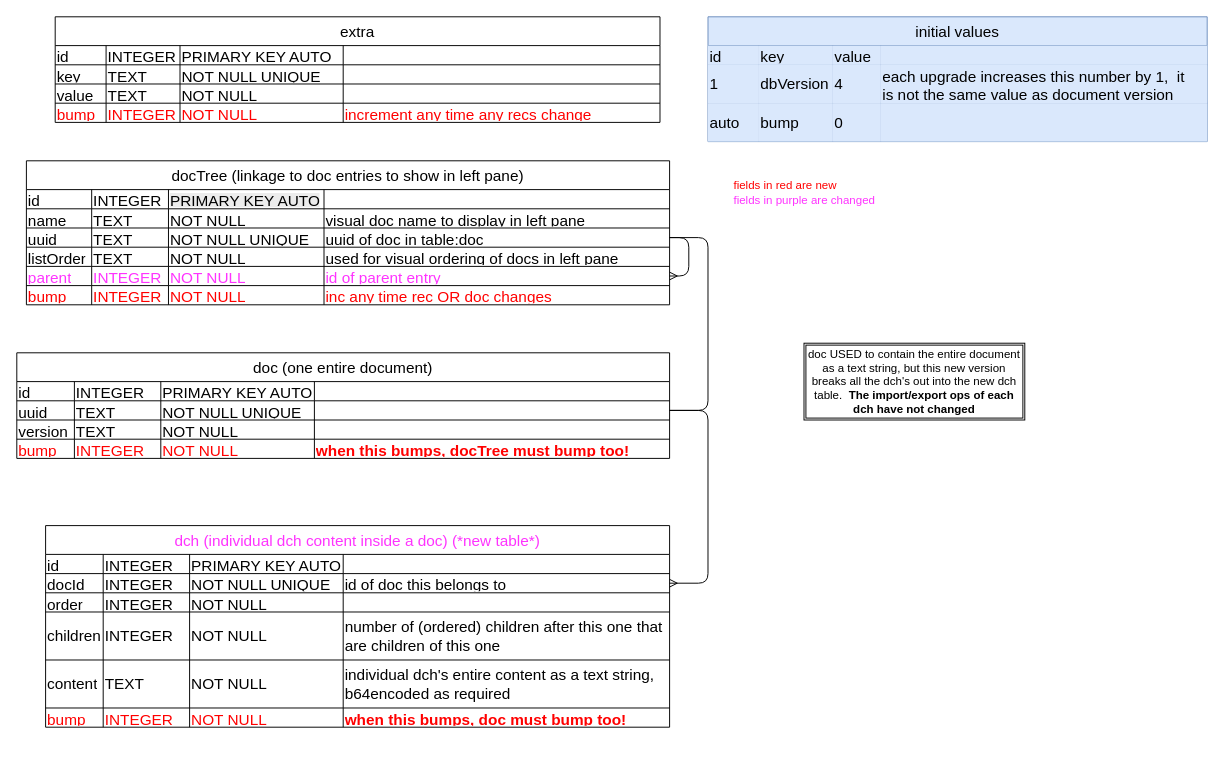
Earlier version of the draw.io diagram extra/docs/Database_backend-V0004-now.drawio (Malendryn/JotLiner). Source tidied: cells renumbered, new cells numbered last; positions are measured from the earlier drawing's top-left corner, leaving out a move shared by most shapes. Both pictures are drawn from the tidied source at 96%, with x=0, y=0 at pixel (16, 16).
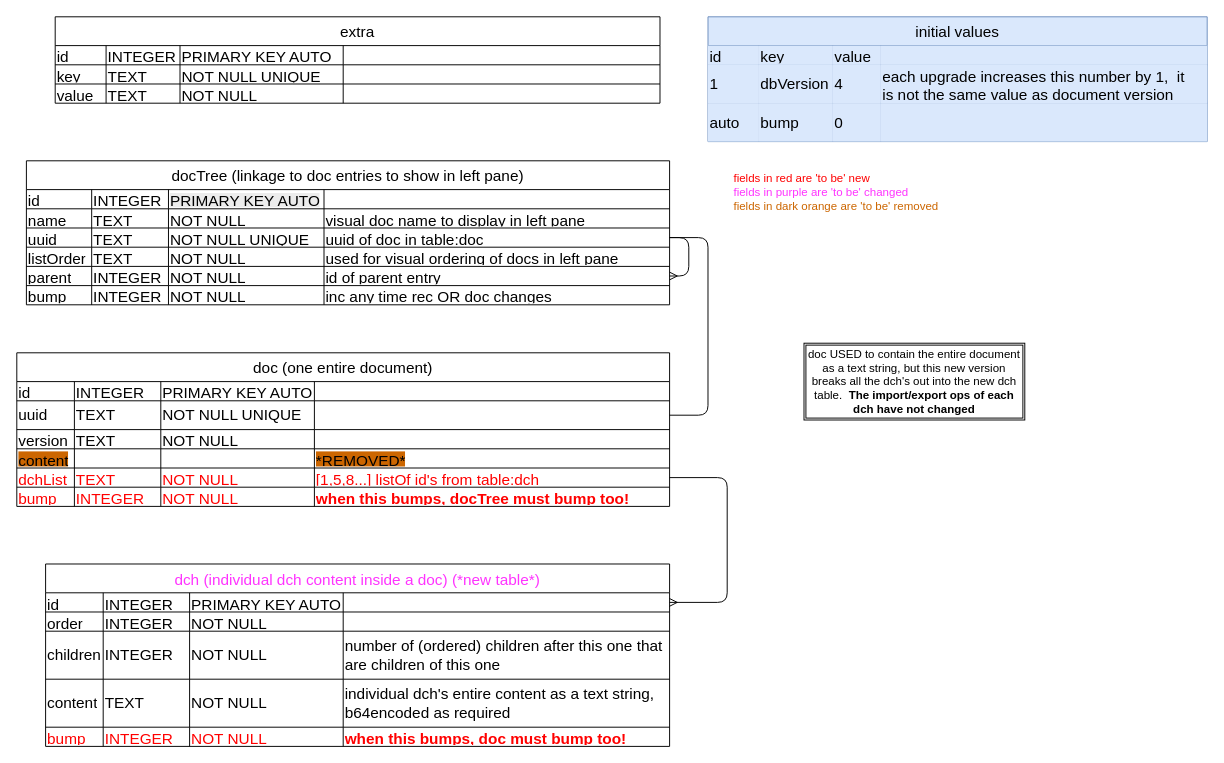
After the change.

Unchanged cells that the change refers to:
```xml
<mxCell id="55" style="shape=tableRow;horizontal=0;startSize=0;swimlaneHead=0;swimlaneBody=0;strokeColor=inherit;top=0;left=0;bottom=0;right=0;fillColor=none;points=[[0,0.5],[1,0.5]];portConstraint=eastwest;fontSize=16;align=left;" parent="44" vertex="1">
  <mxGeometry y="70" width="670" height="20" as="geometry" />
</mxCell>
<mxCell id="65" style="shape=tableRow;horizontal=0;startSize=0;swimlaneHead=0;swimlaneBody=0;strokeColor=inherit;top=0;left=0;bottom=0;right=0;fillColor=none;points=[[0,0.5],[1,0.5]];portConstraint=eastwest;fontSize=16;align=left;" parent="44" vertex="1">
  <mxGeometry y="110" width="670" height="20" as="geometry" />
</mxCell>
<mxCell id="70" style="shape=tableRow;horizontal=0;startSize=0;swimlaneHead=0;swimlaneBody=0;strokeColor=inherit;top=0;left=0;bottom=0;right=0;fillColor=none;fontSize=16;align=left;" parent="44" vertex="1">
  <mxGeometry y="130" width="670" height="20" as="geometry" />
</mxCell>
<mxCell id="93" style="shape=tableRow;horizontal=0;startSize=0;swimlaneHead=0;swimlaneBody=0;strokeColor=inherit;top=0;left=0;bottom=0;right=0;fillColor=none;points=[[0,0.5],[1,0.5]];portConstraint=eastwest;fontSize=16;align=left;" parent="92" vertex="1">
  <mxGeometry y="30" width="650" height="20" as="geometry" />
</mxCell>
```

What changed in the source:
```diff
@@
     <mxCell id="2" value="extra" style="shape=table;startSize=30;childLayout=tableLayout;strokeColor=default;fontSize=16;align=center;" parent="1" vertex="1">
-      <mxGeometry x="40" width="630" height="110" as="geometry" />
+      <mxGeometry x="40" width="630" height="90" as="geometry" />
     </mxCell>
@@
-    <mxCell id="18" style="shape=tableRow;horizontal=0;startSize=0;swimlaneHead=0;swimlaneBody=0;strokeColor=inherit;top=0;left=0;bottom=0;right=0;fillColor=none;fontSize=16;align=left;" parent="2" vertex="1">
-      <mxGeometry y="90" width="630" height="20" as="geometry" />
-    </mxCell>
-    <mxCell id="19" value="bump" style="shape=partialRectangle;html=1;strokeColor=inherit;overflow=hidden;fillColor=none;top=0;left=0;bottom=0;right=0;fontSize=16;align=left;fontColor=#FF0000;" parent="18" vertex="1">
-      <mxGeometry width="53" height="20" as="geometry" />
-    </mxCell>
-    <mxCell id="20" value="INTEGER" style="shape=partialRectangle;html=1;strokeColor=inherit;overflow=hidden;fillColor=none;top=0;left=0;bottom=0;right=0;fontSize=16;align=left;fontColor=#FF0000;" parent="18" vertex="1">
-      <mxGeometry x="53" width="77" height="20" as="geometry" />
-    </mxCell>
-    <mxCell id="21" value="NOT NULL" style="shape=partialRectangle;html=1;strokeColor=inherit;overflow=hidden;fillColor=none;top=0;left=0;bottom=0;right=0;fontSize=16;align=left;fontColor=#FF0000;" parent="18" vertex="1">
-      <mxGeometry x="130" width="170" height="20" as="geometry" />
-    </mxCell>
-    <mxCell id="22" value="increment any time any recs change" style="shape=partialRectangle;html=1;strokeColor=inherit;overflow=hidden;fillColor=none;top=0;left=0;bottom=0;right=0;fontSize=16;align=left;fontColor=#FF0000;" parent="18" vertex="1">
-      <mxGeometry x="300" width="330" height="20" as="geometry" />
-    </mxCell>
     <mxCell id="23" value="doc (one entire document)" style="shape=table;startSize=30;childLayout=tableLayout;strokeColor=default;fontSize=16;align=center;" parent="1" vertex="1">
-      <mxGeometry y="350" width="680" height="110" as="geometry" />
+      <mxGeometry y="350" width="680" height="160" as="geometry" />
     </mxCell>
@@
     <mxCell id="29" style="shape=tableRow;horizontal=0;startSize=0;swimlaneHead=0;swimlaneBody=0;strokeColor=inherit;top=0;left=0;bottom=0;right=0;fillColor=none;points=[[0,0.5],[1,0.5]];portConstraint=eastwest;fontSize=16;align=left;" parent="23" vertex="1">
-      <mxGeometry y="50" width="680" height="20" as="geometry" />
+      <mxGeometry y="50" width="680" height="30" as="geometry" />
     </mxCell>
     <mxCell id="30" value="uuid" style="shape=partialRectangle;html=1;strokeColor=inherit;overflow=hidden;fillColor=none;top=0;left=0;bottom=0;right=0;fontSize=16;align=left;" parent="29" vertex="1">
-      <mxGeometry width="60" height="20" as="geometry" />
+      <mxGeometry width="60" height="30" as="geometry" />
     </mxCell>
     <mxCell id="31" value="TEXT" style="shape=partialRectangle;html=1;strokeColor=inherit;overflow=hidden;fillColor=none;top=0;left=0;bottom=0;right=0;fontSize=16;align=left;" parent="29" vertex="1">
-      <mxGeometry x="60" width="90" height="20" as="geometry" />
+      <mxGeometry x="60" width="90" height="30" as="geometry" />
     </mxCell>
     <mxCell id="32" value="NOT NULL UNIQUE" style="shape=partialRectangle;html=1;strokeColor=inherit;overflow=hidden;fillColor=none;top=0;left=0;bottom=0;right=0;fontSize=16;align=left;" parent="29" vertex="1">
-      <mxGeometry x="150" width="160" height="20" as="geometry" />
+      <mxGeometry x="150" width="160" height="30" as="geometry" />
     </mxCell>
     <mxCell id="33" style="shape=partialRectangle;html=1;strokeColor=inherit;overflow=hidden;fillColor=none;top=0;left=0;bottom=0;right=0;fontSize=16;align=left;" parent="29" vertex="1">
-      <mxGeometry x="310" width="370" height="20" as="geometry" />
+      <mxGeometry x="310" width="370" height="30" as="geometry" />
     </mxCell>
     <mxCell id="34" style="shape=tableRow;horizontal=0;startSize=0;swimlaneHead=0;swimlaneBody=0;strokeColor=inherit;top=0;left=0;bottom=0;right=0;fillColor=none;fontSize=16;align=left;" parent="23" vertex="1">
-      <mxGeometry y="70" width="680" height="20" as="geometry" />
+      <mxGeometry y="80" width="680" height="20" as="geometry" />
     </mxCell>
@@
+    <mxCell id="127" style="shape=tableRow;horizontal=0;startSize=0;swimlaneHead=0;swimlaneBody=0;strokeColor=inherit;top=0;left=0;bottom=0;right=0;fillColor=none;fontSize=16;align=left;labelBackgroundColor=#FF8000;" parent="23" vertex="1">
+      <mxGeometry y="100" width="680" height="20" as="geometry" />
+    </mxCell>
+    <mxCell id="128" value="content" style="shape=partialRectangle;html=1;strokeColor=inherit;overflow=hidden;fillColor=none;top=0;left=0;bottom=0;right=0;fontSize=16;align=left;labelBackgroundColor=#CC6600;" parent="127" vertex="1">
+      <mxGeometry width="60" height="20" as="geometry" />
+    </mxCell>
+    <mxCell id="129" style="shape=partialRectangle;html=1;strokeColor=inherit;overflow=hidden;fillColor=none;top=0;left=0;bottom=0;right=0;fontSize=16;align=left;labelBackgroundColor=#CC6600;" parent="127" vertex="1">
+      <mxGeometry x="60" width="90" height="20" as="geometry" />
+    </mxCell>
+    <mxCell id="130" style="shape=partialRectangle;html=1;strokeColor=inherit;overflow=hidden;fillColor=none;top=0;left=0;bottom=0;right=0;fontSize=16;align=left;labelBackgroundColor=#CC6600;" parent="127" vertex="1">
+      <mxGeometry x="150" width="160" height="20" as="geometry" />
+    </mxCell>
+    <mxCell id="131" value="*REMOVED*" style="shape=partialRectangle;html=1;strokeColor=inherit;overflow=hidden;fillColor=none;top=0;left=0;bottom=0;right=0;fontSize=16;align=left;labelBackgroundColor=#CC6600;" parent="127" vertex="1">
+      <mxGeometry x="310" width="370" height="20" as="geometry" />
+    </mxCell>
+    <mxCell id="132" style="shape=tableRow;horizontal=0;startSize=0;swimlaneHead=0;swimlaneBody=0;strokeColor=inherit;top=0;left=0;bottom=0;right=0;fillColor=none;points=[[0,0.5],[1,0.5]];portConstraint=eastwest;fontSize=16;align=left;" parent="23" vertex="1">
+      <mxGeometry y="120" width="680" height="20" as="geometry" />
+    </mxCell>
+    <mxCell id="133" value="dchList" style="shape=partialRectangle;html=1;strokeColor=inherit;overflow=hidden;fillColor=none;top=0;left=0;bottom=0;right=0;fontSize=16;align=left;fontColor=#FF0000;" parent="132" vertex="1">
+      <mxGeometry width="60" height="20" as="geometry" />
+    </mxCell>
+    <mxCell id="134" value="TEXT" style="shape=partialRectangle;html=1;strokeColor=inherit;overflow=hidden;fillColor=none;top=0;left=0;bottom=0;right=0;fontSize=16;align=left;fontColor=#FF0000;" parent="132" vertex="1">
+      <mxGeometry x="60" width="90" height="20" as="geometry" />
+    </mxCell>
+    <mxCell id="21" value="NOT NULL" style="shape=partialRectangle;html=1;strokeColor=inherit;overflow=hidden;fillColor=none;top=0;left=0;bottom=0;right=0;fontSize=16;align=left;fontColor=#FF0000;" parent="132" vertex="1">
+      <mxGeometry x="150" width="160" height="20" as="geometry" />
+    </mxCell>
+    <mxCell id="135" value="[1,5,8...] listOf id's from table:dch" style="shape=partialRectangle;html=1;strokeColor=inherit;overflow=hidden;fillColor=none;top=0;left=0;bottom=0;right=0;fontSize=16;align=left;fontColor=#FF0000;" parent="132" vertex="1">
+      <mxGeometry x="310" width="370" height="20" as="geometry" />
+    </mxCell>
     <mxCell id="39" style="shape=tableRow;horizontal=0;startSize=0;swimlaneHead=0;swimlaneBody=0;strokeColor=inherit;top=0;left=0;bottom=0;right=0;fillColor=none;fontSize=16;align=left;" parent="23" vertex="1">
-      <mxGeometry y="90" width="680" height="20" as="geometry" />
+      <mxGeometry y="140" width="680" height="20" as="geometry" />
     </mxCell>
@@
-    <mxCell id="66" value="parent" style="shape=partialRectangle;html=1;strokeColor=inherit;overflow=hidden;fillColor=none;top=0;left=0;bottom=0;right=0;fontSize=16;align=left;fontColor=#FF33FF;" parent="65" vertex="1">
+    <mxCell id="66" value="parent" style="shape=partialRectangle;html=1;strokeColor=inherit;overflow=hidden;fillColor=none;top=0;left=0;bottom=0;right=0;fontSize=16;align=left;fontColor=#000000;" parent="65" vertex="1">
       <mxGeometry width="68" height="20" as="geometry" />
     </mxCell>
-    <mxCell id="67" value="INTEGER" style="shape=partialRectangle;html=1;strokeColor=inherit;overflow=hidden;fillColor=none;top=0;left=0;bottom=0;right=0;fontSize=16;align=left;fontColor=#FF33FF;" parent="65" vertex="1">
+    <mxCell id="67" value="INTEGER" style="shape=partialRectangle;html=1;strokeColor=inherit;overflow=hidden;fillColor=none;top=0;left=0;bottom=0;right=0;fontSize=16;align=left;fontColor=#000000;" parent="65" vertex="1">
       <mxGeometry x="68" width="80" height="20" as="geometry" />
     </mxCell>
-    <mxCell id="68" value="NOT NULL" style="shape=partialRectangle;html=1;strokeColor=inherit;overflow=hidden;fillColor=none;top=0;left=0;bottom=0;right=0;fontSize=16;align=left;fontColor=#FF33FF;" parent="65" vertex="1">
+    <mxCell id="68" value="NOT NULL" style="shape=partialRectangle;html=1;strokeColor=inherit;overflow=hidden;fillColor=none;top=0;left=0;bottom=0;right=0;fontSize=16;align=left;fontColor=#000000;" parent="65" vertex="1">
       <mxGeometry x="148" width="162" height="20" as="geometry" />
     </mxCell>
-    <mxCell id="69" value="id of parent entry" style="shape=partialRectangle;html=1;strokeColor=inherit;overflow=hidden;fillColor=none;top=0;left=0;bottom=0;right=0;fontSize=16;align=left;fontColor=#FF33FF;" parent="65" vertex="1">
+    <mxCell id="69" value="id of parent entry" style="shape=partialRectangle;html=1;strokeColor=inherit;overflow=hidden;fillColor=none;top=0;left=0;bottom=0;right=0;fontSize=16;align=left;fontColor=#000000;" parent="65" vertex="1">
       <mxGeometry x="310" width="360" height="20" as="geometry" />
     </mxCell>
@@
-    <mxCell id="71" value="bump" style="shape=partialRectangle;html=1;strokeColor=inherit;overflow=hidden;fillColor=none;top=0;left=0;bottom=0;right=0;fontSize=16;align=left;fontColor=#FF0000;" parent="70" vertex="1">
+    <mxCell id="71" value="bump" style="shape=partialRectangle;html=1;strokeColor=inherit;overflow=hidden;fillColor=none;top=0;left=0;bottom=0;right=0;fontSize=16;align=left;fontColor=#000000;" parent="70" vertex="1">
       <mxGeometry width="68" height="20" as="geometry" />
     </mxCell>
-    <mxCell id="72" value="INTEGER" style="shape=partialRectangle;html=1;strokeColor=inherit;overflow=hidden;fillColor=none;top=0;left=0;bottom=0;right=0;fontSize=16;align=left;fontColor=#FF0000;" parent="70" vertex="1">
+    <mxCell id="72" value="INTEGER" style="shape=partialRectangle;html=1;strokeColor=inherit;overflow=hidden;fillColor=none;top=0;left=0;bottom=0;right=0;fontSize=16;align=left;fontColor=#000000;" parent="70" vertex="1">
       <mxGeometry x="68" width="80" height="20" as="geometry" />
     </mxCell>
-    <mxCell id="73" value="NOT NULL" style="shape=partialRectangle;html=1;strokeColor=inherit;overflow=hidden;fillColor=none;top=0;left=0;bottom=0;right=0;fontSize=16;align=left;fontColor=#FF0000;" parent="70" vertex="1">
+    <mxCell id="73" value="NOT NULL" style="shape=partialRectangle;html=1;strokeColor=inherit;overflow=hidden;fillColor=none;top=0;left=0;bottom=0;right=0;fontSize=16;align=left;fontColor=#000000;" parent="70" vertex="1">
       <mxGeometry x="148" width="162" height="20" as="geometry" />
     </mxCell>
-    <mxCell id="74" value="inc any time rec OR doc changes" style="shape=partialRectangle;html=1;strokeColor=inherit;overflow=hidden;fillColor=none;top=0;left=0;bottom=0;right=0;fontSize=16;align=left;fontColor=#FF0000;" parent="70" vertex="1">
+    <mxCell id="74" value="inc any time rec OR doc changes" style="shape=partialRectangle;html=1;strokeColor=inherit;overflow=hidden;fillColor=none;top=0;left=0;bottom=0;right=0;fontSize=16;align=left;fontColor=#000000;" parent="70" vertex="1">
       <mxGeometry x="310" width="360" height="20" as="geometry" />
     </mxCell>
@@
     <mxCell id="92" value="dch (individual dch content inside a doc) (*new table*)" style="shape=table;startSize=30;childLayout=tableLayout;strokeColor=default;fontSize=16;align=center;fontColor=#FF33FF;" parent="1" vertex="1">
-      <mxGeometry x="30" y="530" width="650" height="210" as="geometry" />
+      <mxGeometry x="30" y="570" width="650" height="190" as="geometry" />
     </mxCell>
@@
-    <mxCell id="98" style="shape=tableRow;horizontal=0;startSize=0;swimlaneHead=0;swimlaneBody=0;strokeColor=inherit;top=0;left=0;bottom=0;right=0;fillColor=none;points=[[0,0.5],[1,0.5]];portConstraint=eastwest;fontSize=16;align=left;" parent="92" vertex="1">
-      <mxGeometry y="50" width="650" height="20" as="geometry" />
-    </mxCell>
-    <mxCell id="99" value="docId" style="shape=partialRectangle;html=1;strokeColor=inherit;overflow=hidden;fillColor=none;top=0;left=0;bottom=0;right=0;fontSize=16;align=left;" parent="98" vertex="1">
-      <mxGeometry width="60" height="20" as="geometry" />
-    </mxCell>
-    <mxCell id="100" value="INTEGER" style="shape=partialRectangle;html=1;strokeColor=inherit;overflow=hidden;fillColor=none;top=0;left=0;bottom=0;right=0;fontSize=16;align=left;" parent="98" vertex="1">
-      <mxGeometry x="60" width="90" height="20" as="geometry" />
-    </mxCell>
-    <mxCell id="101" value="NOT NULL UNIQUE" style="shape=partialRectangle;html=1;strokeColor=inherit;overflow=hidden;fillColor=none;top=0;left=0;bottom=0;right=0;fontSize=16;align=left;" parent="98" vertex="1">
-      <mxGeometry x="150" width="160" height="20" as="geometry" />
-    </mxCell>
-    <mxCell id="102" value="&lt;div&gt;&lt;span style=&quot;background-color: transparent; color: light-dark(rgb(0, 0, 0), rgb(255, 255, 255));&quot;&gt;id of doc this belongs to&lt;/span&gt;&lt;/div&gt;" style="shape=partialRectangle;html=1;strokeColor=inherit;overflow=hidden;fillColor=none;top=0;left=0;bottom=0;right=0;fontSize=16;align=left;" parent="98" vertex="1">
-      <mxGeometry x="310" width="340" height="20" as="geometry" />
-    </mxCell>
     <mxCell id="103" style="shape=tableRow;horizontal=0;startSize=0;swimlaneHead=0;swimlaneBody=0;strokeColor=inherit;top=0;left=0;bottom=0;right=0;fillColor=none;fontSize=16;align=left;" parent="92" vertex="1">
-      <mxGeometry y="70" width="650" height="20" as="geometry" />
+      <mxGeometry y="50" width="650" height="20" as="geometry" />
     </mxCell>
@@
     <mxCell id="108" style="shape=tableRow;horizontal=0;startSize=0;swimlaneHead=0;swimlaneBody=0;strokeColor=inherit;top=0;left=0;bottom=0;right=0;fillColor=none;fontSize=16;align=left;" parent="92" vertex="1">
-      <mxGeometry y="90" width="650" height="50" as="geometry" />
+      <mxGeometry y="70" width="650" height="50" as="geometry" />
     </mxCell>
@@
     <mxCell id="113" style="shape=tableRow;horizontal=0;startSize=0;swimlaneHead=0;swimlaneBody=0;strokeColor=inherit;top=0;left=0;bottom=0;right=0;fillColor=none;fontSize=16;align=left;" parent="92" vertex="1">
-      <mxGeometry y="140" width="650" height="50" as="geometry" />
+      <mxGeometry y="120" width="650" height="50" as="geometry" />
     </mxCell>
@@
     <mxCell id="118" style="shape=tableRow;horizontal=0;startSize=0;swimlaneHead=0;swimlaneBody=0;strokeColor=inherit;top=0;left=0;bottom=0;right=0;fillColor=none;fontSize=16;align=left;" parent="92" vertex="1">
-      <mxGeometry y="190" width="650" height="20" as="geometry" />
+      <mxGeometry y="170" width="650" height="20" as="geometry" />
     </mxCell>
@@
-    <mxCell id="124" style="edgeStyle=orthogonalEdgeStyle;rounded=1;jettySize=auto;html=1;exitX=1;exitY=0.5;exitDx=0;exitDy=0;entryX=1;entryY=0.5;entryDx=0;entryDy=0;startArrow=none;startFill=0;endArrow=ERmany;endFill=0;curved=0;" parent="1" edge="1" source="29" target="98">
+    <mxCell id="124" style="edgeStyle=orthogonalEdgeStyle;rounded=1;jettySize=auto;html=1;exitX=1;exitY=0.5;exitDx=0;exitDy=0;entryX=1;entryY=0.5;entryDx=0;entryDy=0;startArrow=none;startFill=0;endArrow=ERmany;endFill=0;curved=0;" parent="1" edge="1" source="29">
       <mxGeometry relative="1" as="geometry">
         <Array as="points">
-          <mxPoint x="720" y="410" />
-          <mxPoint x="720" y="590" />
+          <mxPoint x="780" y="415" />
+          <mxPoint x="780" y="630" />
         </Array>
       </mxGeometry>
     </mxCell>
     <mxCell id="125" style="edgeStyle=orthogonalEdgeStyle;rounded=1;jettySize=auto;html=1;exitX=1;exitY=0.5;exitDx=0;exitDy=0;entryX=1;entryY=0.5;entryDx=0;entryDy=0;startArrow=none;startFill=0;endArrow=none;endFill=0;curved=0;" parent="1" edge="1" source="29" target="55">
       <mxGeometry relative="1" as="geometry">
         <Array as="points">
-          <mxPoint x="720" y="410" />
+          <mxPoint x="720" y="415" />
           <mxPoint x="720" y="230" />
         </Array>
       </mxGeometry>
     </mxCell>
-    <mxCell id="126" value="&lt;font style=&quot;color: rgb(255, 0, 0);&quot;&gt;fields in red are new&lt;/font&gt;&lt;div&gt;&lt;font style=&quot;color: rgb(255, 51, 255);&quot;&gt;fields in purple are changed&lt;/font&gt;&lt;/div&gt;" style="text;html=1;align=left;verticalAlign=middle;strokeColor=none;fillColor=none;" parent="1" vertex="1">
-      <mxGeometry x="745" y="163" width="170" height="40" as="geometry" />
+    <mxCell id="126" value="&lt;font style=&quot;color: rgb(255, 0, 0);&quot;&gt;fields in red are 'to be' new&lt;/font&gt;&lt;div&gt;&lt;font style=&quot;color: rgb(255, 51, 255);&quot;&gt;fields in purple are 'to be'&amp;nbsp;&lt;/font&gt;&lt;span style=&quot;color: rgb(255, 51, 255); background-color: transparent;&quot;&gt;changed&lt;/span&gt;&lt;/div&gt;&lt;div&gt;&lt;font style=&quot;color: rgb(204, 102, 0);&quot;&gt;fields in dark orange are 'to be' removed&lt;/font&gt;&lt;/div&gt;" style="text;html=1;align=left;verticalAlign=middle;strokeColor=none;fillColor=none;" parent="1" vertex="1">
+      <mxGeometry x="745" y="153" width="240" height="60" as="geometry" />
     </mxCell>
+    <mxCell id="136" style="edgeStyle=orthogonalEdgeStyle;rounded=1;jettySize=auto;html=1;exitX=1;exitY=0.5;exitDx=0;exitDy=0;entryX=1;entryY=0.5;entryDx=0;entryDy=0;startArrow=none;startFill=0;endArrow=ERmany;endFill=0;curved=0;" parent="1" edge="1" source="132" target="93">
+      <mxGeometry relative="1" as="geometry">
+        <Array as="points">
+          <mxPoint x="740" y="480" />
+          <mxPoint x="740" y="610" />
+        </Array>
+      </mxGeometry>
+    </mxCell>
```
